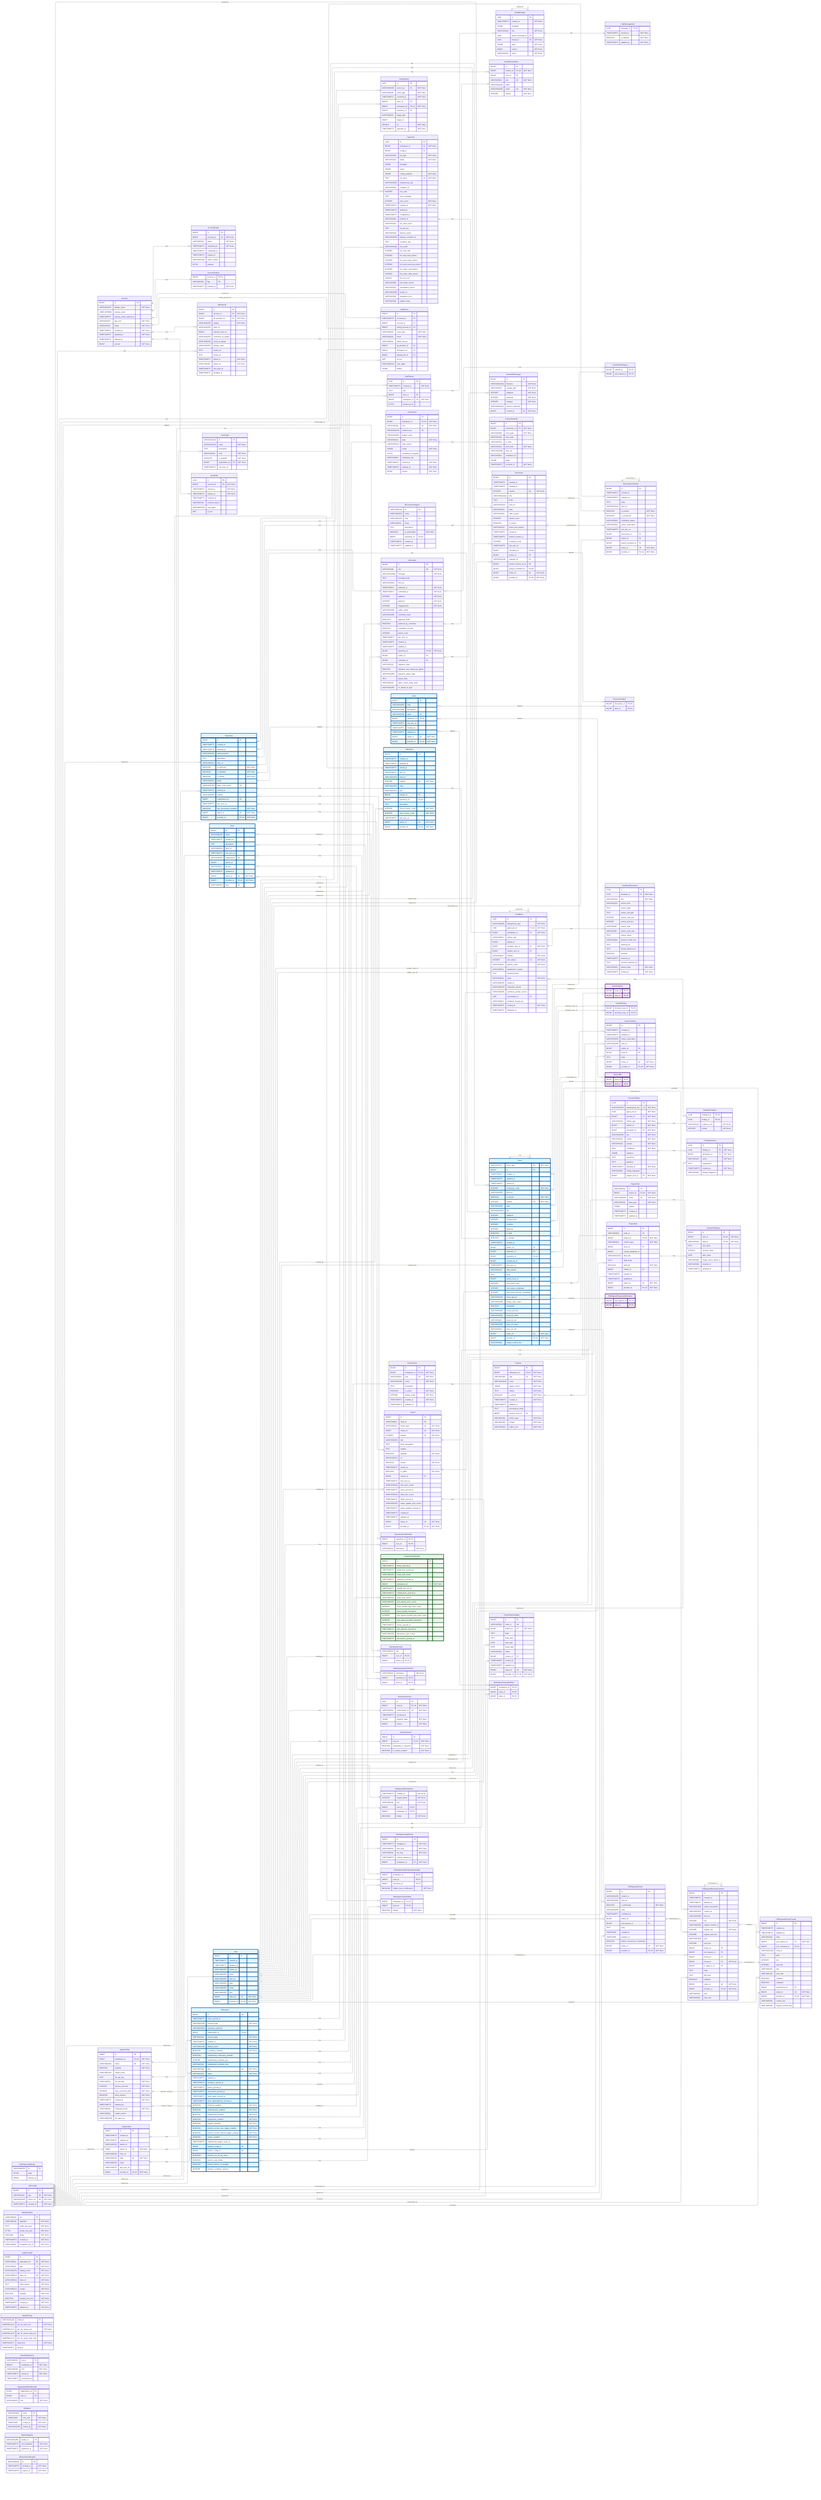
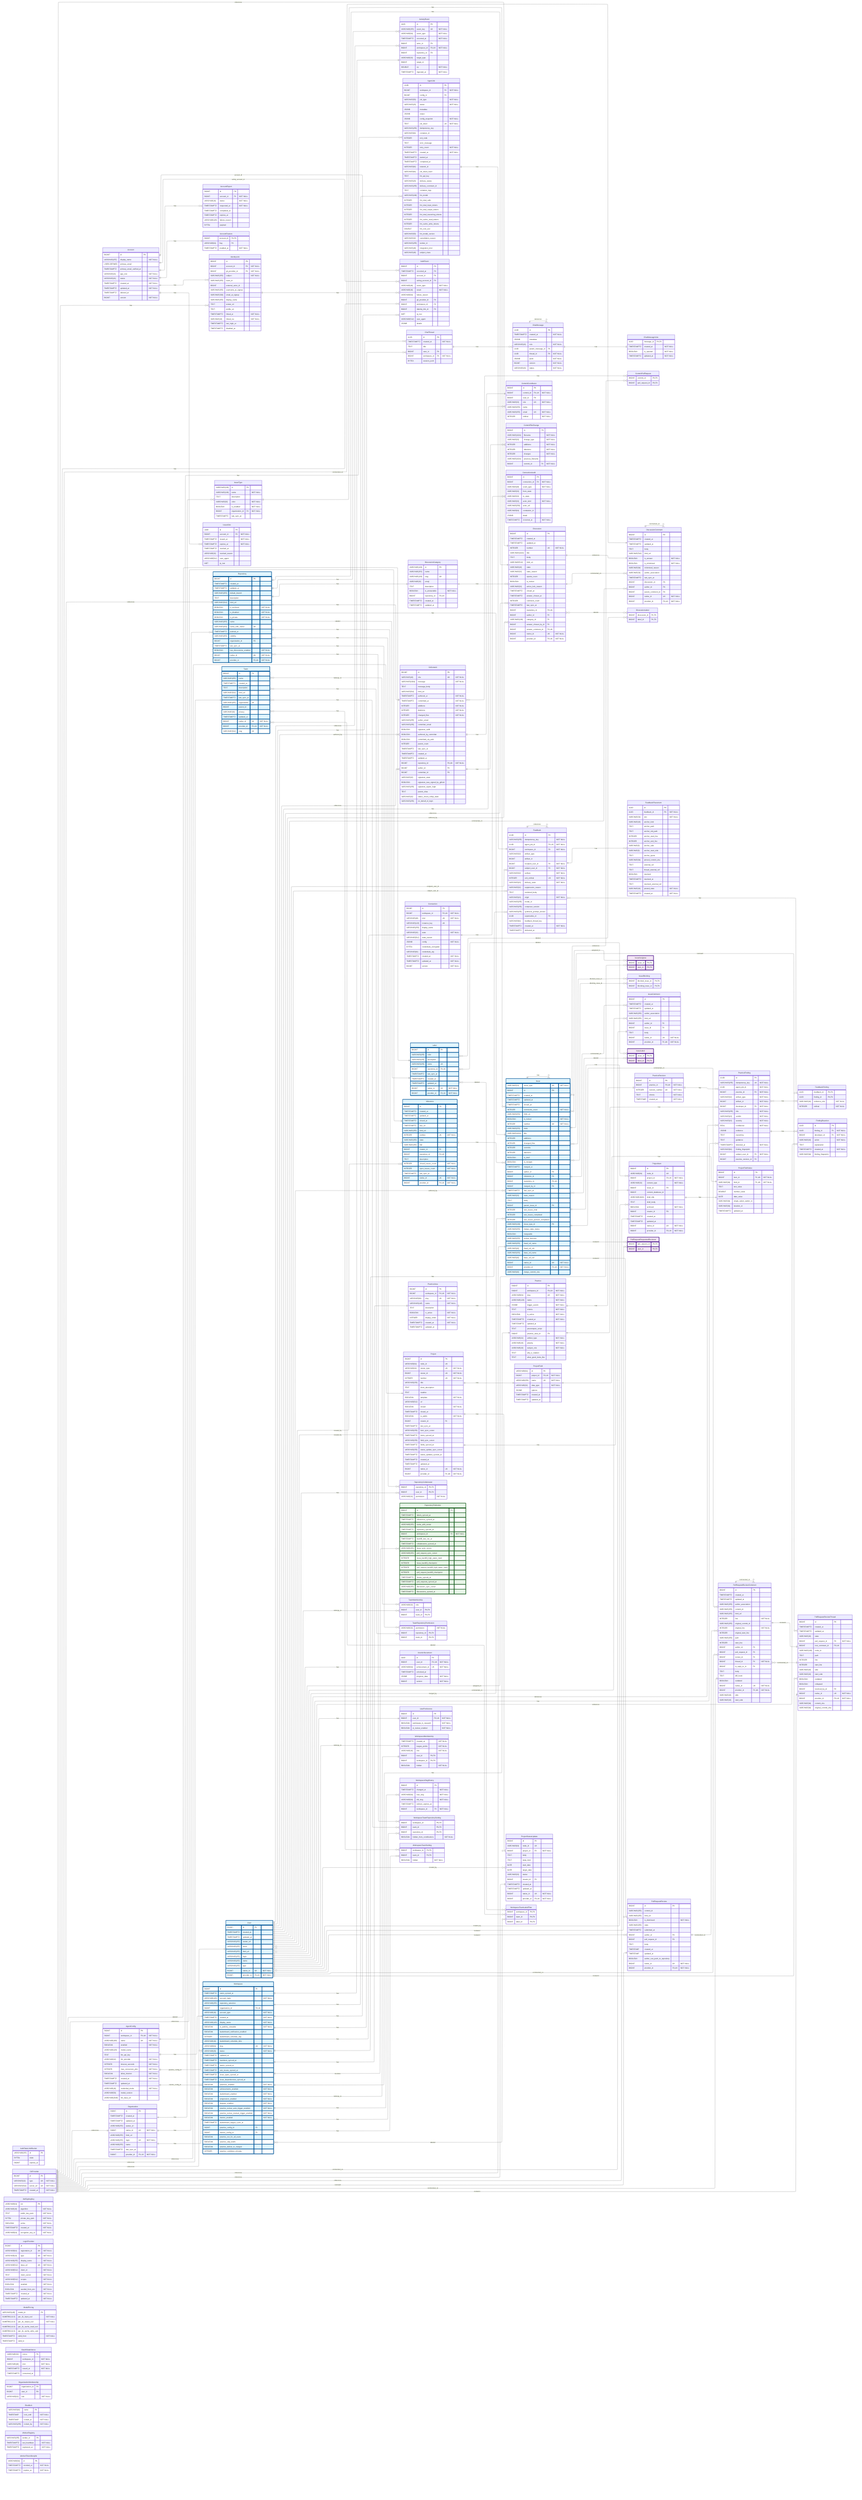
---
config:
    layout: elk
---
erDiagram
    %% Generated automatically from PostgreSQL database schema
    %% using scripts/generate-mermaid-erd.ts
    %% To regenerate: pnpm run db:generate-erd-docs

    direction LR

    Account {
        BIGINT id PK
        VARCHAR(255) display_name "NOT NULL"
        USER-DEFINED primary_email
        TIMESTAMPTZ primary_email_verified_at
        VARCHAR(16) app_role "NOT NULL"
        VARCHAR(16) status "NOT NULL"
        TIMESTAMPTZ created_at "NOT NULL"
        TIMESTAMPTZ updated_at "NOT NULL"
        TIMESTAMPTZ deleted_at
        BIGINT version "NOT NULL"
    }

    AccountExport {
        BIGINT id PK
        BIGINT account_id FK "NOT NULL"
        VARCHAR(16) status "NOT NULL"
        TIMESTAMPTZ requested_at "NOT NULL"
        TIMESTAMPTZ completed_at
        TIMESTAMPTZ expires_at
        VARCHAR(128) failure_reason
        BYTEA payload
    }

    AccountFeature {
        BIGINT account_id PK,FK
        VARCHAR(64) flag PK
        TIMESTAMPTZ enabled_at "NOT NULL"
    }

    ActivityEvent {
        UUID id PK
        VARCHAR(255) event_key UK "NOT NULL"
        VARCHAR(64) event_type "NOT NULL"
        TIMESTAMPTZ occurred_at "NOT NULL"
        BIGINT actor_id FK
        BIGINT workspace_id FK,UK "NOT NULL"
        BIGINT repository_id FK
        VARCHAR(32) target_type
        BIGINT target_id
        DOUBLE xp "NOT NULL"
        TIMESTAMPTZ ingested_at "NOT NULL"
    }

    AgentConfig {
        BIGINT id PK
        BIGINT workspace_id FK,UK "NOT NULL"
        VARCHAR(100) name UK "NOT NULL"
        BOOLEAN enabled "NOT NULL"
        VARCHAR(128) model_name
        TEXT llm_api_key
        VARCHAR(32) llm_provider "NOT NULL"
        INTEGER timeout_seconds "NOT NULL"
        INTEGER max_concurrent_jobs "NOT NULL"
        BOOLEAN allow_internet "NOT NULL"
        TIMESTAMPTZ created_at "NOT NULL"
        TIMESTAMPTZ updated_at
        VARCHAR(16) credential_mode "NOT NULL"
        VARCHAR(50) model_version
        VARCHAR(2048) llm_base_url
    }

    AgentJob {
        UUID id PK
        BIGINT workspace_id FK "NOT NULL"
        BIGINT config_id FK
        VARCHAR(50) job_type "NOT NULL"
        VARCHAR(20) status "NOT NULL"
        JSONB metadata
        JSONB output
        JSONB config_snapshot "NOT NULL"
        TEXT job_token UK "NOT NULL"
        VARCHAR(255) idempotency_key
        VARCHAR(64) container_id
        INTEGER exit_code
        TEXT error_message
        INTEGER retry_count "NOT NULL"
        TIMESTAMPTZ created_at "NOT NULL"
        TIMESTAMPTZ started_at
        TIMESTAMPTZ completed_at
        VARCHAR(64) network_id
        VARCHAR(64) job_token_hash
        TEXT llm_api_key
        VARCHAR(20) delivery_status
        VARCHAR(255) delivery_comment_id
        TEXT container_logs
        VARCHAR(100) llm_model
        INTEGER llm_total_calls
        INTEGER llm_total_input_tokens
        INTEGER llm_total_output_tokens
        INTEGER llm_total_reasoning_tokens
        INTEGER llm_cache_read_tokens
        INTEGER llm_cache_write_tokens
        DOUBLE llm_cost_usd
        VARCHAR(50) llm_model_version
        VARCHAR(32) cancellation_reason
        VARCHAR(255) worker_id
        VARCHAR(48) integration_kind
        VARCHAR(48) subject_class
    }

    AuthEvent {
        BIGINT id PK
        TIMESTAMPTZ occurred_at PK
        BIGINT account_id FK
        BIGINT acting_account_id FK
        VARCHAR(48) event_type "NOT NULL"
        VARCHAR(16) result "NOT NULL"
        VARCHAR(64) failure_reason
        BIGINT git_provider_id FK
        BIGINT workspace_id FK
        BIGINT identity_link_id FK
        INET ip_inet
        VARCHAR(512) user_agent
        JSONB details
    }

    AuthRateLimitBucket {
        VARCHAR(255) id PK
        BYTEA state
        BIGINT expires_at
    }

    ChatMessage {
        UUID id PK
        TIMESTAMPTZ created_at "NOT NULL"
        JSONB metadata
        VARCHAR(16) role "NOT NULL"
        UUID parent_message_id FK
        UUID thread_id FK "NOT NULL"
        JSONB parts "NOT NULL"
        BIGINT version "NOT NULL"
        VARCHAR(16) status "NOT NULL"
    }

    ChatMessageVote {
        UUID message_id PK,FK
        TIMESTAMPTZ created_at "NOT NULL"
        BOOLEAN is_upvoted "NOT NULL"
        TIMESTAMPTZ updated_at "NOT NULL"
    }

    ChatThread {
        UUID id PK
        TIMESTAMPTZ created_at "NOT NULL"
        TEXT title
        BIGINT user_id FK
        BIGINT workspace_id FK "NOT NULL"
        BYTEA session_jsonl
    }

    CommitContributor {
        BIGINT id PK
        BIGINT commit_id FK,UK "NOT NULL"
        BIGINT user_id FK
        VARCHAR(32) role UK "NOT NULL"
        VARCHAR(255) name
        VARCHAR(255) email UK "NOT NULL"
        INTEGER ordinal "NOT NULL"
    }

    CommitFileChange {
        BIGINT id PK
        VARCHAR(1024) filename "NOT NULL"
        VARCHAR(32) change_type "NOT NULL"
        INTEGER additions "NOT NULL"
        INTEGER deletions "NOT NULL"
        INTEGER changes "NOT NULL"
        VARCHAR(1024) previous_filename
        BIGINT commit_id FK "NOT NULL"
    }

    CommitPullRequest {
        BIGINT commit_id PK,FK
        BIGINT pull_request_id PK,FK
    }

    Connection {
        BIGINT id PK
        BIGINT workspace_id FK,UK "NOT NULL"
        VARCHAR(48) kind UK "NOT NULL"
        VARCHAR(128) instance_key UK
        VARCHAR(256) display_name
        VARCHAR(32) state "NOT NULL"
        VARCHAR(512) state_reason
        JSONB config "NOT NULL"
        BYTEA credentials_encrypted
        VARCHAR(64) credentials_alg
        TIMESTAMPTZ created_at "NOT NULL"
        TIMESTAMPTZ updated_at "NOT NULL"
        BIGINT version "NOT NULL"
    }

    ConnectionAudit {
        BIGINT id PK
        BIGINT connection_id FK "NOT NULL"
        VARCHAR(48) event_type "NOT NULL"
        VARCHAR(32) from_state
        VARCHAR(32) to_state
        VARCHAR(32) actor_kind "NOT NULL"
        VARCHAR(256) actor_ref
        VARCHAR(64) correlation_id
        JSONB detail
        TIMESTAMPTZ occurred_at "NOT NULL"
    }

    Discussion {
        BIGINT id PK
        TIMESTAMPTZ created_at
        TIMESTAMPTZ updated_at
        INTEGER number UK "NOT NULL"
        VARCHAR(1024) title
        TEXT body
        VARCHAR(512) html_url
        VARCHAR(16) state
        VARCHAR(32) state_reason
        INTEGER upvote_count
        BOOLEAN is_locked
        VARCHAR(32) active_lock_reason
        TIMESTAMPTZ closed_at
        TIMESTAMPTZ answer_chosen_at
        INTEGER comment_count
        TIMESTAMPTZ last_sync_at
        BIGINT repository_id FK,UK
        BIGINT author_id FK
        VARCHAR(128) category_id FK
        BIGINT answer_chosen_by_id FK
        BIGINT answer_comment_id FK,UK
        BIGINT native_id UK "NOT NULL"
        BIGINT provider_id FK,UK "NOT NULL"
    }

    DiscussionCategory {
        VARCHAR(128) id PK
        VARCHAR(255) name
        VARCHAR(128) slug UK
        VARCHAR(32) emoji
        TEXT description
        BOOLEAN is_answerable "NOT NULL"
        BIGINT repository_id FK,UK
        TIMESTAMPTZ created_at
        TIMESTAMPTZ updated_at
    }

    DiscussionComment {
        BIGINT id PK
        TIMESTAMPTZ created_at
        TIMESTAMPTZ updated_at
        TEXT body
        VARCHAR(512) html_url
        BOOLEAN is_answer "NOT NULL"
        BOOLEAN is_minimized "NOT NULL"
        VARCHAR(64) minimized_reason
        VARCHAR(32) author_association
        TIMESTAMPTZ last_sync_at
        BIGINT discussion_id FK
        BIGINT author_id FK
        BIGINT parent_comment_id FK
        BIGINT native_id UK "NOT NULL"
        BIGINT provider_id FK,UK "NOT NULL"
    }

    DiscussionLabel {
        BIGINT discussion_id PK,FK
        BIGINT label_id PK,FK
    }

    Feedback {
        UUID id PK
        VARCHAR(255) idempotency_key "NOT NULL"
        UUID agent_job_id FK,UK "NOT NULL"
        BIGINT workspace_id FK "NOT NULL"
        VARCHAR(32) artifact_type
        BIGINT artifact_id
        BIGINT recipient_user_id FK "NOT NULL"
-         BIGINT subject_user_id FK
+         BIGINT subject_user_id FK "NOT NULL"
        VARCHAR(32) surface "NOT NULL"
        INTEGER unit_ordinal UK "NOT NULL"
        VARCHAR(16) delivery_state "NOT NULL"
        VARCHAR(32) suppression_reason
        TEXT rendered_body
        VARCHAR(16) origin "NOT NULL"
        VARCHAR(255) model_id
        VARCHAR(255) composer_version
        VARCHAR(255) synthesis_prompt_version
        UUID supersedes_id FK
        VARCHAR(64) feedback_thread_key
        TIMESTAMPTZ created_at "NOT NULL"
        TIMESTAMPTZ delivered_at
    }

    FeedbackFinding {
        UUID feedback_id PK,FK
        UUID finding_id PK,FK
        VARCHAR(16) evidence_role "NOT NULL"
        INTEGER ordinal "NOT NULL"
    }

    FeedbackPlacement {
        UUID id PK
        UUID feedback_id FK "NOT NULL"
        VARCHAR(32) slot "NOT NULL"
        VARCHAR(16) anchor_kind
        TEXT anchor_path
        TEXT anchor_old_path
        INTEGER anchor_start_line
        INTEGER anchor_end_line
        VARCHAR(8) anchor_side
        VARCHAR(8) anchor_start_side
        TEXT anchor_quote
        VARCHAR(64) pinned_commit_sha
        TEXT external_ref
        TEXT thread_external_ref
        BOOLEAN resolved
        TIMESTAMPTZ resolved_at
        TEXT resolved_external_ref
        VARCHAR(16) posted_state "NOT NULL"
        TIMESTAMPTZ created_at "NOT NULL"
    }

    FindingReaction {
        UUID id PK
        UUID finding_id FK "NOT NULL"
        BIGINT developer_id FK "NOT NULL"
        VARCHAR(16) action "NOT NULL"
        TEXT explanation
        TIMESTAMPTZ created_at "NOT NULL"
        VARCHAR(64) finding_fingerprint
    }

    GitCommit {
        BIGINT id PK
        VARCHAR(40) sha UK "NOT NULL"
        VARCHAR(1024) message "NOT NULL"
        TEXT message_body
        VARCHAR(512) html_url
        TIMESTAMPTZ authored_at "NOT NULL"
        TIMESTAMPTZ committed_at "NOT NULL"
        INTEGER additions "NOT NULL"
        INTEGER deletions "NOT NULL"
        INTEGER changed_files "NOT NULL"
        VARCHAR(255) author_email
        VARCHAR(255) committer_email
        BOOLEAN signature_valid
        BOOLEAN authored_by_committer
        BOOLEAN committed_via_web
        INTEGER parent_count
        TIMESTAMPTZ last_sync_at
        TIMESTAMPTZ created_at
        TIMESTAMPTZ updated_at
        BIGINT repository_id FK,UK "NOT NULL"
        BIGINT author_id FK
        BIGINT committer_id FK
        VARCHAR(32) signature_state
        BOOLEAN signature_was_signed_by_github
        VARCHAR(255) signature_signer_login
        TEXT parent_shas
        VARCHAR(32) status_check_rollup_state
        VARCHAR(255) on_behalf_of_login
    }

    GitProvider {
        BIGINT id PK
        VARCHAR(10) type UK "NOT NULL"
        VARCHAR(512) server_url UK "NOT NULL"
        TIMESTAMPTZ created_at "NOT NULL"
    }

    IdentityLink {
        BIGINT id PK
        BIGINT account_id FK "NOT NULL"
        BIGINT git_provider_id FK "NOT NULL"
        VARCHAR(255) subject "NOT NULL"
        VARCHAR(255) team_id
        BIGINT external_actor_id
        VARCHAR(255) username_at_signup
        VARCHAR(320) email_at_signup
        VARCHAR(255) display_name
        TEXT avatar_url
        TEXT profile_url
        TIMESTAMPTZ linked_at "NOT NULL"
        VARCHAR(16) linked_via "NOT NULL"
        TIMESTAMPTZ last_login_at
        TIMESTAMPTZ disabled_at
    }

    Issue {
        VARCHAR(31) issue_type UK "NOT NULL"
        BIGINT id PK
        TIMESTAMPTZ created_at
        TIMESTAMPTZ updated_at
        TIMESTAMPTZ closed_at
        INTEGER comments_count "NOT NULL"
        VARCHAR(255) html_url
        BOOLEAN is_locked "NOT NULL"
        INTEGER number UK "NOT NULL"
        VARCHAR(255) state
        VARCHAR(1024) title
        INTEGER additions
        INTEGER changed_files
        INTEGER commits
        INTEGER deletions
        BOOLEAN is_draft
        BOOLEAN is_merged
        TIMESTAMPTZ merged_at
        BIGINT author_id FK
        BIGINT milestone_id FK
        BIGINT repository_id FK,UK
        BIGINT merged_by_id FK
        TIMESTAMPTZ last_sync_at
        VARCHAR(32) state_reason
        TEXT body
        BIGINT parent_issue_id FK
        INTEGER sub_issues_total
        INTEGER sub_issues_completed
        INTEGER sub_issues_percent_completed
        VARCHAR(128) issue_type_id FK
        VARCHAR(255) merge_state_status
        BOOLEAN mergeable
        VARCHAR(255) review_decision
        VARCHAR(255) head_ref_name
        VARCHAR(40) head_ref_oid
        VARCHAR(255) base_ref_name
        VARCHAR(40) base_ref_oid
        BIGINT native_id UK "NOT NULL"
        BIGINT provider_id FK,UK "NOT NULL"
        VARCHAR(40) merge_commit_sha
    }

    IssueAssignee {
        BIGINT issue_id PK,FK
        BIGINT user_id PK,FK
    }

    IssueBlocking {
        BIGINT blocked_issue_id PK,FK
        BIGINT blocking_issue_id PK,FK
    }

    IssueComment {
        BIGINT id PK
        TIMESTAMPTZ created_at
        TIMESTAMPTZ updated_at
        VARCHAR(255) author_association
        VARCHAR(255) html_url
        BIGINT author_id FK
        BIGINT issue_id FK
        TEXT body
        BIGINT native_id UK "NOT NULL"
        BIGINT provider_id FK,UK "NOT NULL"
    }

    IssueLabel {
        BIGINT issue_id PK,FK
        BIGINT label_id PK,FK
    }

    IssueType {
        VARCHAR(128) id PK
        VARCHAR(128) name "NOT NULL"
        TEXT description
        VARCHAR(20) color "NOT NULL"
        BOOLEAN is_enabled "NOT NULL"
        BIGINT organization_id FK "NOT NULL"
        TIMESTAMPTZ last_sync_at
    }

    IssuedJwt {
        UUID jti PK
        BIGINT account_id FK "NOT NULL"
        TIMESTAMPTZ issued_at "NOT NULL"
        TIMESTAMPTZ expires_at "NOT NULL"
        TIMESTAMPTZ revoked_at
        VARCHAR(32) revoked_reason
        VARCHAR(512) user_agent
        INET ip_inet
    }

    JwtSigningKey {
        VARCHAR(64) kid PK
        VARCHAR(16) algorithm "NOT NULL"
        TEXT public_key_pem "NOT NULL"
        BYTEA private_key_pem "NOT NULL"
        BOOLEAN active "NOT NULL"
        TIMESTAMPTZ created_at "NOT NULL"
        VARCHAR(64) encryption_key_id "NOT NULL"
    }

    Label {
        BIGINT id PK
        VARCHAR(255) color
        VARCHAR(255) description
        VARCHAR(255) name UK
        BIGINT repository_id FK,UK
        TIMESTAMPTZ last_sync_at
        TIMESTAMPTZ created_at
        TIMESTAMPTZ updated_at
        BIGINT native_id UK "NOT NULL"
        BIGINT provider_id FK,UK "NOT NULL"
    }

    LoginProvider {
        BIGINT id PK
        VARCHAR(64) registration_id UK "NOT NULL"
        VARCHAR(10) type UK "NOT NULL"
        VARCHAR(255) display_name "NOT NULL"
        VARCHAR(512) base_url UK "NOT NULL"
        VARCHAR(512) client_id "NOT NULL"
        TEXT client_secret "NOT NULL"
        VARCHAR(512) scopes "NOT NULL"
        BOOLEAN enabled "NOT NULL"
        BOOLEAN seeded_from_env "NOT NULL"
        TIMESTAMPTZ created_at "NOT NULL"
        TIMESTAMPTZ updated_at "NOT NULL"
    }

    Milestone {
        BIGINT id PK
        TIMESTAMPTZ created_at
        TIMESTAMPTZ updated_at
        TIMESTAMPTZ closed_at
        TIMESTAMPTZ due_on
        VARCHAR(255) html_url
        INTEGER number UK "NOT NULL"
        VARCHAR(255) state
        VARCHAR(255) title
        BIGINT creator_id FK
        BIGINT repository_id FK,UK
        TEXT description
        INTEGER closed_issues_count "NOT NULL"
        INTEGER open_issues_count "NOT NULL"
        TIMESTAMPTZ last_sync_at
        BIGINT native_id UK "NOT NULL"
        BIGINT provider_id FK,UK "NOT NULL"
    }

    ModelPricing {
        VARCHAR(128) model_id PK
        NUMERIC(12,6) per_1k_input_usd "NOT NULL"
        NUMERIC(12,6) per_1k_output_usd "NOT NULL"
        NUMERIC(12,6) per_1k_cache_read_usd
        NUMERIC(12,6) per_1k_cache_write_usd
        TIMESTAMPTZ valid_from "NOT NULL"
        TIMESTAMPTZ valid_to
    }

    OauthStateNonce {
        VARCHAR(32) nonce PK
        BIGINT workspace_id "NOT NULL"
        VARCHAR(48) kind "NOT NULL"
        TIMESTAMPTZ issued_at "NOT NULL"
        TIMESTAMPTZ consumed_at
    }

    Organization {
        BIGINT id PK
        TIMESTAMPTZ created_at
        TIMESTAMPTZ updated_at
        VARCHAR(255) avatar_url
        BIGINT native_id UK "NOT NULL"
        VARCHAR(255) html_url
        VARCHAR(255) login UK "NOT NULL"
        VARCHAR(255) name
        TIMESTAMPTZ last_sync_at
        BIGINT provider_id FK,UK "NOT NULL"
    }

    OrganizationMembership {
        BIGINT organization_id PK
        BIGINT user_id PK
        VARCHAR(32) role "NOT NULL"
    }

    Practice {
        BIGINT id PK
        BIGINT workspace_id FK,UK "NOT NULL"
        VARCHAR(64) slug UK "NOT NULL"
        VARCHAR(128) name "NOT NULL"
        JSONB trigger_events "NOT NULL"
        TEXT criteria "NOT NULL"
        BOOLEAN is_active "NOT NULL"
        TIMESTAMPTZ created_at "NOT NULL"
        TIMESTAMPTZ updated_at
        TEXT precompute_script
        BIGINT practice_area_id FK
        VARCHAR(32) artifact_type "NOT NULL"
        VARCHAR(16) polarity "NOT NULL"
        VARCHAR(16) subject_role "NOT NULL"
+         TEXT why_it_matters
+         TEXT what_good_looks_like
    }

    PracticeArea {
        BIGINT id PK
        BIGINT workspace_id FK,UK "NOT NULL"
        VARCHAR(64) slug UK "NOT NULL"
        VARCHAR(128) name "NOT NULL"
        TEXT description
        BOOLEAN is_active "NOT NULL"
        INTEGER display_order "NOT NULL"
        TIMESTAMPTZ created_at "NOT NULL"
        TIMESTAMPTZ updated_at
    }

    PracticeFinding {
        UUID id PK
        VARCHAR(255) idempotency_key UK "NOT NULL"
        UUID agent_job_id "NOT NULL"
        BIGINT practice_id FK "NOT NULL"
        VARCHAR(32) artifact_type "NOT NULL"
        BIGINT artifact_id "NOT NULL"
        BIGINT developer_id FK "NOT NULL"
        VARCHAR(255) title "NOT NULL"
        VARCHAR(16) verdict "NOT NULL"
        VARCHAR(16) severity "NOT NULL"
        REAL confidence "NOT NULL"
        JSONB evidence
        TEXT reasoning
        TEXT guidance
        TIMESTAMPTZ detected_at "NOT NULL"
        VARCHAR(64) finding_fingerprint
        BIGINT subject_user_id FK "NOT NULL"
+         BIGINT practice_revision_id FK
+     }
+ 
+     PracticeRevision {
+         BIGINT id PK
+         BIGINT practice_id FK,UK "NOT NULL"
+         INTEGER revision_number UK "NOT NULL"
+         TEXT criteria "NOT NULL"
+         TIMESTAMP created_at "NOT NULL"
    }

    Project {
        BIGINT id PK
        VARCHAR(64) node_id UK
        VARCHAR(32) owner_type UK "NOT NULL"
        BIGINT owner_id UK "NOT NULL"
        INTEGER number UK "NOT NULL"
        VARCHAR(256) title
        TEXT short_description
        TEXT readme
        BOOLEAN template "NOT NULL"
        VARCHAR(512) url
        BOOLEAN closed "NOT NULL"
        TIMESTAMPTZ closed_at
        BOOLEAN is_public "NOT NULL"
        BIGINT creator_id FK
        TIMESTAMPTZ last_sync_at
        VARCHAR(256) item_sync_cursor
        TIMESTAMPTZ items_synced_at
        VARCHAR(256) field_sync_cursor
        TIMESTAMPTZ fields_synced_at
        VARCHAR(256) status_update_sync_cursor
        TIMESTAMPTZ status_updates_synced_at
        TIMESTAMPTZ created_at
        TIMESTAMPTZ updated_at
        BIGINT native_id UK "NOT NULL"
        BIGINT provider_id FK,UK "NOT NULL"
    }

    ProjectField {
        VARCHAR(64) id PK
        BIGINT project_id FK,UK "NOT NULL"
        VARCHAR(256) name UK "NOT NULL"
        VARCHAR(32) data_type "NOT NULL"
        JSONB options
        TIMESTAMPTZ created_at
        TIMESTAMPTZ updated_at
    }

    ProjectFieldValue {
        BIGINT id PK
        BIGINT item_id FK,UK "NOT NULL"
        VARCHAR(64) field_id FK,UK "NOT NULL"
        TEXT text_value
        DOUBLE number_value
        DATE date_value
        VARCHAR(64) single_select_option_id
        VARCHAR(64) iteration_id
        TIMESTAMPTZ updated_at
    }

    ProjectItem {
        BIGINT id PK
        VARCHAR(64) node_id UK
        BIGINT project_id FK,UK "NOT NULL"
        VARCHAR(32) content_type "NOT NULL"
        BIGINT issue_id FK
        BIGINT content_database_id
        VARCHAR(1024) draft_title
        TEXT draft_body
        BOOLEAN archived "NOT NULL"
        BIGINT creator_id FK
        TIMESTAMPTZ created_at
        TIMESTAMPTZ updated_at
        BIGINT native_id UK "NOT NULL"
        BIGINT provider_id FK,UK "NOT NULL"
    }

    ProjectStatusUpdate {
        BIGINT id PK
        VARCHAR(64) node_id UK
        BIGINT project_id FK "NOT NULL"
        TEXT body
        TEXT body_html
        DATE start_date
        DATE target_date
        VARCHAR(32) status
        BIGINT creator_id FK
        TIMESTAMPTZ created_at
        TIMESTAMPTZ updated_at
        BIGINT native_id UK "NOT NULL"
        BIGINT provider_id FK,UK "NOT NULL"
    }

    PullRequestRequestedReviewer {
        BIGINT pull_request_id PK,FK
        BIGINT user_id PK,FK
    }

    PullRequestReview {
        BIGINT id PK
        VARCHAR(255) commit_id
        VARCHAR(255) html_url
        BOOLEAN is_dismissed "NOT NULL"
        VARCHAR(255) state
        TIMESTAMPTZ submitted_at
        BIGINT author_id FK
        BIGINT pull_request_id FK
        TEXT body
        TIMESTAMP created_at
        TIMESTAMP updated_at
        BOOLEAN author_can_push_to_repository
        BIGINT native_id UK "NOT NULL"
        BIGINT provider_id FK,UK "NOT NULL"
    }

    PullRequestReviewComment {
        BIGINT id PK
        TIMESTAMPTZ created_at
        TIMESTAMPTZ updated_at
        VARCHAR(255) author_association
        VARCHAR(255) commit_id
        VARCHAR(255) html_url
        INTEGER line "NOT NULL"
        VARCHAR(255) original_commit_id
        INTEGER original_line "NOT NULL"
        INTEGER original_start_line
        VARCHAR(255) path
        INTEGER start_line
        BIGINT author_id FK
        BIGINT pull_request_id FK
        BIGINT review_id FK
        BIGINT thread_id FK "NOT NULL"
        BIGINT in_reply_to_id FK
        TEXT body
        TEXT diff_hunk
        BOOLEAN outdated
        BIGINT native_id UK "NOT NULL"
        BIGINT provider_id FK,UK "NOT NULL"
        VARCHAR(16) side
        VARCHAR(16) start_side
    }

    PullRequestReviewThread {
        BIGINT id PK
        TIMESTAMPTZ created_at
        TIMESTAMPTZ updated_at
        VARCHAR(20) state
        BIGINT pull_request_id FK "NOT NULL"
        BIGINT root_comment_id FK,UK
        VARCHAR(128) node_id
        TEXT path
        INTEGER line
        INTEGER start_line
        VARCHAR(16) side
        VARCHAR(16) start_side
        BOOLEAN outdated
        BOOLEAN collapsed
        BIGINT resolved_by_id FK
        BIGINT native_id UK "NOT NULL"
        BIGINT provider_id FK,UK "NOT NULL"
        VARCHAR(64) commit_sha
        VARCHAR(64) original_commit_sha
    }

    Repository {
        BIGINT id PK
        TIMESTAMPTZ created_at
        TIMESTAMPTZ updated_at
        VARCHAR(255) default_branch
        TEXT description
        VARCHAR(512) html_url
        BOOLEAN is_archived "NOT NULL"
        BOOLEAN is_disabled "NOT NULL"
        BOOLEAN is_private "NOT NULL"
        VARCHAR(255) name
        VARCHAR(150) name_with_owner UK
        TIMESTAMPTZ pushed_at
        VARCHAR(255) visibility
        BIGINT organization_id FK
        TIMESTAMPTZ last_sync_at
        BOOLEAN has_discussions_enabled "NOT NULL"
        BIGINT native_id UK "NOT NULL"
        BIGINT provider_id FK,UK "NOT NULL"
    }

    RepositoryCollaborator {
        BIGINT repository_id PK,FK
        BIGINT user_id PK,FK
        VARCHAR(32) permission "NOT NULL"
    }

    RepositoryToMonitor {
        BIGINT id PK
        TIMESTAMPTZ labels_synced_at
        TIMESTAMPTZ milestones_synced_at
        VARCHAR(255) name_with_owner
        TIMESTAMPTZ repository_synced_at
        BIGINT workspace_id FK "NOT NULL"
        TIMESTAMPTZ backfill_last_run_at
        TIMESTAMPTZ collaborators_synced_at
        VARCHAR(255) issue_sync_cursor
        VARCHAR(255) pull_request_sync_cursor
        INTEGER issue_backfill_high_water_mark
        INTEGER issue_backfill_checkpoint
        INTEGER pull_request_backfill_high_water_mark
        INTEGER pull_request_backfill_checkpoint
        TIMESTAMPTZ issues_synced_at
        TIMESTAMPTZ pull_requests_synced_at
        VARCHAR(255) discussion_sync_cursor
        TIMESTAMPTZ discussions_synced_at
    }

    Shedlock {
        VARCHAR(64) name PK
        TIMESTAMP lock_until "NOT NULL"
        TIMESTAMP locked_at "NOT NULL"
        VARCHAR(255) locked_by "NOT NULL"
    }

    Team {
        BIGINT id PK
        VARCHAR(255) name
        TIMESTAMPTZ created_at
        TEXT description
        VARCHAR(512) html_url
        TIMESTAMPTZ last_sync_at
        VARCHAR(255) organization UK
        BIGINT parent_id
        VARCHAR(32) privacy
        TIMESTAMPTZ updated_at
        BIGINT native_id UK "NOT NULL"
        BIGINT provider_id FK,UK "NOT NULL"
        VARCHAR(512) slug UK
    }

    TeamMembership {
        VARCHAR(32) role
        BIGINT user_id PK,FK
        BIGINT team_id PK,FK
    }

    TeamRepositoryPermission {
        VARCHAR(32) permission "NOT NULL"
        BIGINT repository_id PK,FK
        BIGINT team_id PK,FK
    }

    User {
        BIGINT id PK
        TIMESTAMPTZ created_at
        TIMESTAMPTZ updated_at
        VARCHAR(255) avatar_url
        VARCHAR(255) email
        VARCHAR(255) html_url
        VARCHAR(255) login
        VARCHAR(255) name
        VARCHAR(255) type
        BIGINT native_id UK "NOT NULL"
        BIGINT provider_id FK,UK "NOT NULL"
    }

    UserAchievement {
        UUID id PK
        BIGINT user_id FK,UK "NOT NULL"
        VARCHAR(64) achievement_id UK "NOT NULL"
        TIMESTAMPTZ unlocked_at
        JSONB progress_data "NOT NULL"
        BIGINT version "NOT NULL"
    }

    UserPreference {
        BIGINT id PK
        BIGINT user_id FK,UK "NOT NULL"
        BOOLEAN participate_in_research "NOT NULL"
        BOOLEAN ai_review_enabled "NOT NULL"
    }

    WorkerRegistry {
        VARCHAR(255) worker_id PK
        TIMESTAMPTZ last_heartbeat "NOT NULL"
        TIMESTAMPTZ registered_at "NOT NULL"
    }

    WorkerTokenDenylist {
        VARCHAR(64) jti PK
        TIMESTAMPTZ revoked_at "NOT NULL"
        TIMESTAMPTZ expires_at "NOT NULL"
    }

    Workspace {
        BIGINT id PK
        TIMESTAMPTZ users_synced_at
        VARCHAR(120) account_login "NOT NULL"
        VARCHAR(255) repository_selection
        BIGINT organization_id FK,UK
        VARCHAR(10) account_type "NOT NULL"
        TIMESTAMPTZ created_at "NOT NULL"
        VARCHAR(120) display_name "NOT NULL"
        BOOLEAN is_publicly_viewable "NOT NULL"
        BOOLEAN leaderboard_notification_enabled
        INTEGER leaderboard_schedule_day
        VARCHAR(10) leaderboard_schedule_time
        VARCHAR(64) slug UK "NOT NULL"
        VARCHAR(20) status "NOT NULL"
        TIMESTAMPTZ updated_at
        TIMESTAMPTZ members_synced_at
        TIMESTAMPTZ teams_synced_at
        TIMESTAMPTZ sub_issues_synced_at
        TIMESTAMPTZ issue_types_synced_at
        TIMESTAMPTZ issue_dependencies_synced_at
        BOOLEAN practices_enabled "NOT NULL"
        BOOLEAN achievements_enabled "NOT NULL"
        BOOLEAN leaderboard_enabled "NOT NULL"
        BOOLEAN progression_enabled "NOT NULL"
        BOOLEAN leagues_enabled "NOT NULL"
        BOOLEAN practice_review_auto_trigger_enabled "NOT NULL"
        BOOLEAN practice_review_manual_trigger_enabled "NOT NULL"
        BOOLEAN mentor_enabled "NOT NULL"
        TIMESTAMPTZ leaderboard_league_cycle_at
        BIGINT practice_config_id FK
        BIGINT mentor_config_id FK
        BOOLEAN practice_run_for_all_users
        BOOLEAN practice_skip_drafts
        BOOLEAN practice_deliver_to_merged
        INTEGER practice_cooldown_minutes
    }

    WorkspaceMembership {
        TIMESTAMPTZ created_at "NOT NULL"
        INTEGER league_points "NOT NULL"
        VARCHAR(16) role "NOT NULL"
        BIGINT user_id PK,FK
        BIGINT workspace_id PK,FK
        BOOLEAN hidden "NOT NULL"
    }

    WorkspaceSlugHistory {
        BIGINT id PK
        TIMESTAMPTZ changed_at "NOT NULL"
        VARCHAR(64) new_slug "NOT NULL"
        VARCHAR(64) old_slug "NOT NULL"
        TIMESTAMPTZ redirect_expires_at
        BIGINT workspace_id FK "NOT NULL"
    }

    WorkspaceTeamLabelFilter {
        BIGINT workspace_id PK,FK
        BIGINT team_id PK,FK
        BIGINT label_id PK,FK
    }

    WorkspaceTeamRepositorySetting {
        BIGINT workspace_id PK,FK
        BIGINT team_id PK,FK
        BIGINT repository_id PK,FK
        BOOLEAN hidden_from_contributions "NOT NULL"
    }

    WorkspaceTeamSetting {
        BIGINT workspace_id PK,FK
        BIGINT team_id PK,FK
        BOOLEAN hidden "NOT NULL"
    }

    %% Relationships
    %% One-to-One relationships
    Account ||--|| AccountFeature : has
    Workspace ||--|| ActivityEvent : has
    Workspace ||--|| AgentConfig : has
    ChatMessage ||--|| ChatMessageVote : has
    GitCommit ||--|| CommitContributor : has
    Workspace ||--|| Connection : has
    Repository ||--|| Discussion : has
    DiscussionComment ||--|| Discussion : references
    GitProvider ||--|| Discussion : references
    Repository ||--|| DiscussionCategory : has
    GitProvider ||--|| DiscussionComment : commented_on
    AgentJob ||--|| Feedback : has
    Repository ||--|| GitCommit : has
    Repository ||--|| Issue : has
    GitProvider ||--|| Issue : references
    GitProvider ||--|| IssueComment : commented_on
    Repository ||--|| Label : labeled
    GitProvider ||--|| Label : labeled
    Repository ||--|| Milestone : has
    GitProvider ||--|| Milestone : references
    GitProvider ||--|| Organization : references
    Workspace ||--|| Practice : has
    Workspace ||--|| PracticeArea : has
+     Practice ||--|| PracticeRevision : has
    GitProvider ||--|| Project : references
    Project ||--|| ProjectField : has
    ProjectItem ||--|| ProjectFieldValue : has
    ProjectField ||--|| ProjectFieldValue : has
    Project ||--|| ProjectItem : has
    GitProvider ||--|| ProjectItem : references
    GitProvider ||--|| ProjectStatusUpdate : references
    GitProvider ||--|| PullRequestReview : reviewed
    GitProvider ||--|| PullRequestReviewComment : commented_on
    PullRequestReviewComment ||--|| PullRequestReviewThread : reviewed
    GitProvider ||--|| PullRequestReviewThread : reviewed
    GitProvider ||--|| Repository : references
    GitProvider ||--|| Team : references
    GitProvider ||--|| User : references
    User ||--|| UserAchievement : has
    User ||--|| UserPreference : has
    Organization ||--|| Workspace : has
    User ||--|| WorkspaceMembership : belongs_to
    Workspace ||--|| WorkspaceMembership : belongs_to

    %% One-to-Many relationships
    Account ||--o{ AccountExport : has
    User ||--o{ ActivityEvent : references
    Repository ||--o{ ActivityEvent : has
    Workspace ||--o{ AgentJob : has
    AgentConfig ||--o{ AgentJob : has
    Account ||--o{ AuthEvent : account_id
    Account ||--o{ AuthEvent : acting_account_id
    GitProvider ||--o{ AuthEvent : has
    Workspace ||--o{ AuthEvent : has
    IdentityLink ||--o{ AuthEvent : has
    ChatMessage ||--o{ ChatMessage : references
    ChatThread ||--o{ ChatMessage : has
    User ||--o{ ChatThread : has
    Workspace ||--o{ ChatThread : has
    User ||--o{ CommitContributor : has
    GitCommit ||--o{ CommitFileChange : has
    Connection ||--o{ ConnectionAudit : has
    User ||--o{ Discussion : authored_by
    DiscussionCategory ||--o{ Discussion : has
    User ||--o{ Discussion : references
    Discussion ||--o{ DiscussionComment : commented_on
    User ||--o{ DiscussionComment : commented_on
    DiscussionComment ||--o{ DiscussionComment : commented_on
    Workspace ||--o{ Feedback : has
    User ||--o{ Feedback : recipient_user_id
    User ||--o{ Feedback : subject_user_id
    Feedback ||--o{ Feedback : references
    Feedback ||--o{ FeedbackPlacement : has
    PracticeFinding ||--o{ FindingReaction : has
    User ||--o{ FindingReaction : references
    User ||--o{ GitCommit : authored_by
    User ||--o{ GitCommit : references
    Account ||--o{ IdentityLink : has
    GitProvider ||--o{ IdentityLink : has
    User ||--o{ Issue : authored_by
    Milestone ||--o{ Issue : has
    User ||--o{ Issue : merged_by
    Issue ||--o{ Issue : has
    IssueType ||--o{ Issue : has
    User ||--o{ IssueComment : commented_on
    Issue ||--o{ IssueComment : commented_on
    Organization ||--o{ IssueType : has
    Account ||--o{ IssuedJwt : has
    User ||--o{ Milestone : created_by
    PracticeArea ||--o{ Practice : has
    Practice ||--o{ PracticeFinding : has
    User ||--o{ PracticeFinding : references
    User ||--o{ PracticeFinding : has
+     PracticeRevision ||--o{ PracticeFinding : has
    User ||--o{ Project : created_by
    Issue ||--o{ ProjectItem : has
    User ||--o{ ProjectItem : created_by
    Project ||--o{ ProjectStatusUpdate : has
    User ||--o{ ProjectStatusUpdate : created_by
    User ||--o{ PullRequestReview : reviewed
    Issue ||--o{ PullRequestReview : reviewed
    User ||--o{ PullRequestReviewComment : commented_on
    Issue ||--o{ PullRequestReviewComment : commented_on
    PullRequestReview ||--o{ PullRequestReviewComment : commented_on
    PullRequestReviewThread ||--o{ PullRequestReviewComment : commented_on
    PullRequestReviewComment ||--o{ PullRequestReviewComment : commented_on
    Issue ||--o{ PullRequestReviewThread : reviewed
    User ||--o{ PullRequestReviewThread : reviewed
    Organization ||--o{ Repository : has
    Workspace ||--o{ RepositoryToMonitor : monitors
    AgentConfig ||--o{ Workspace : practice_config_id
    AgentConfig ||--o{ Workspace : mentor_config_id
    Workspace ||--o{ WorkspaceSlugHistory : has

    %% Many-to-Many relationships
    GitCommit }o--o{ CommitPullRequest : has
    Issue }o--o{ CommitPullRequest : references
    Discussion }o--o{ DiscussionLabel : labeled
    Label }o--o{ DiscussionLabel : labeled
    Feedback }o--o{ FeedbackFinding : has
    PracticeFinding }o--o{ FeedbackFinding : has
    Issue }o--o{ IssueAssignee : assigned_to
    User }o--o{ IssueAssignee : assigned_to
    Issue }o--o{ IssueBlocking : blocked_issue_id
    Issue }o--o{ IssueBlocking : blocking_issue_id
    Issue }o--o{ IssueLabel : labeled
    Label }o--o{ IssueLabel : labeled
    Issue }o--o{ PullRequestRequestedReviewer : reviewed
    User }o--o{ PullRequestRequestedReviewer : reviewed
    Repository }o--o{ RepositoryCollaborator : has
    User }o--o{ RepositoryCollaborator : has
    User }o--o{ TeamMembership : belongs_to
    Team }o--o{ TeamMembership : belongs_to
    Repository }o--o{ TeamRepositoryPermission : has
    Team }o--o{ TeamRepositoryPermission : has
    Workspace }o--o{ WorkspaceTeamLabelFilter : labeled
    Team }o--o{ WorkspaceTeamLabelFilter : labeled
    Label }o--o{ WorkspaceTeamLabelFilter : labeled
    Workspace }o--o{ WorkspaceTeamRepositorySetting : has
    Team }o--o{ WorkspaceTeamRepositorySetting : has
    Repository }o--o{ WorkspaceTeamRepositorySetting : has
    Workspace }o--o{ WorkspaceTeamSetting : has
    Team }o--o{ WorkspaceTeamSetting : has

    %% Styling
    classDef primaryEntity fill:#e1f5fe,stroke:#01579b,stroke-width:2px
    classDef associationEntity fill:#f3e5f5,stroke:#4a148c,stroke-width:2px
    classDef metadataEntity fill:#e8f5e8,stroke:#1b5e20,stroke-width:2px

    class Issue primaryEntity
    class IssueAssignee associationEntity
    class IssueLabel associationEntity
    class Label primaryEntity
    class Milestone primaryEntity
    class PullRequestRequestedReviewer associationEntity
    class Repository primaryEntity
    class RepositoryToMonitor metadataEntity
    class Team primaryEntity
    class User primaryEntity
    class Workspace primaryEntity
